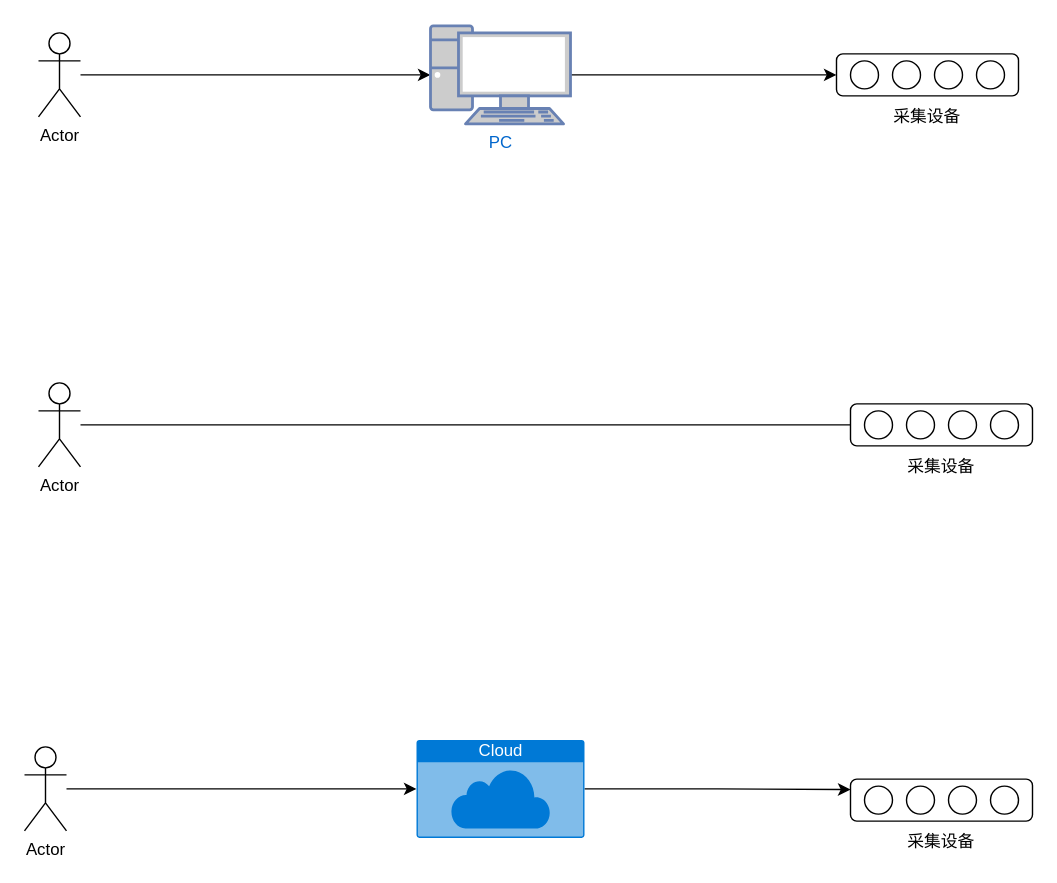
zhugy08/drawio keeps this draw.io diagram as NLab/UseCases.drawio. Above is the earlier version. Source tidied: cells renumbered, new cells numbered last; positions are measured from the earlier drawing's top-left corner, leaving out a move shared by most shapes. Both pictures are drawn from the tidied source at 140%, with x=0, y=0 at pixel (24, 25).
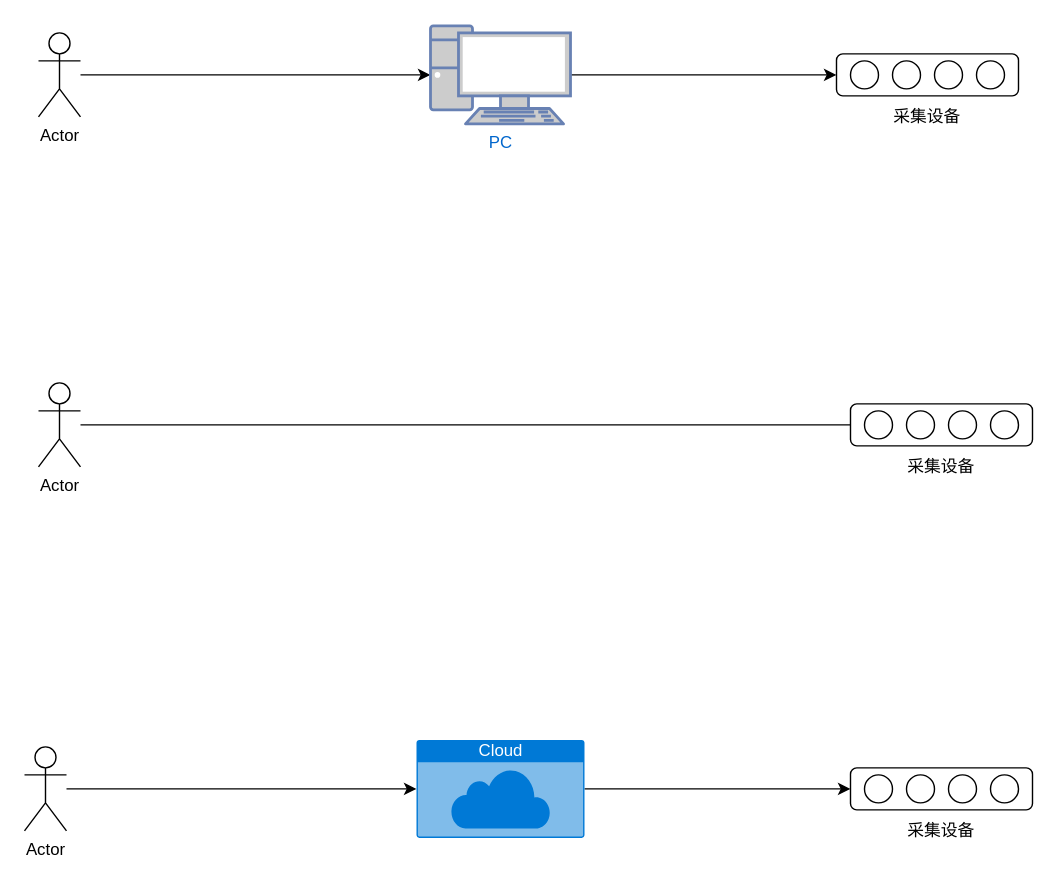
The same diagram, later.

The change refers to these unchanged cells:
```xml
<mxCell id="27" value="Cloud" style="html=1;strokeColor=none;fillColor=#0079D6;labelPosition=center;verticalLabelPosition=middle;verticalAlign=top;align=center;fontSize=12;outlineConnect=0;spacingTop=-6;fontColor=#FFFFFF;shape=mxgraph.sitemap.cloud;" parent="1" vertex="1">
  <mxGeometry x="280" y="510" width="120" height="70" as="geometry" />
</mxCell>
<mxCell id="30" style="rounded=1;whiteSpace=wrap;html=1;" parent="29" vertex="1">
  <mxGeometry width="130" height="30" as="geometry" />
</mxCell>
```

What changed in the source:
```diff
@@
-    <mxCell id="26" style="edgeStyle=orthogonalEdgeStyle;rounded=0;jettySize=auto;html=1;entryX=0;entryY=0.25;entryDx=0;entryDy=0;" parent="1" edge="1" source="27" target="30">
+    <mxCell id="26" style="edgeStyle=orthogonalEdgeStyle;rounded=0;jettySize=auto;html=1;entryX=0;entryY=0.5;entryDx=0;entryDy=0;" parent="1" edge="1" source="27" target="30">
       <mxGeometry relative="1" as="geometry" />
     </mxCell>
@@
     <mxCell id="28" style="group;" parent="1" vertex="1">
-      <mxGeometry x="590" y="538" width="130" height="55" as="geometry" />
+      <mxGeometry x="590" y="530" width="130" height="55" as="geometry" />
     </mxCell>
```
